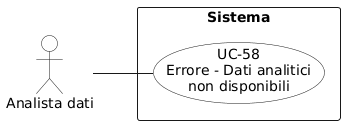
Before: RTB/Analisi dei Requisiti/diagrammi_use_case/UC-58.png, a diagram exported from PlantUML (aLittleByte-19/Documentazione).
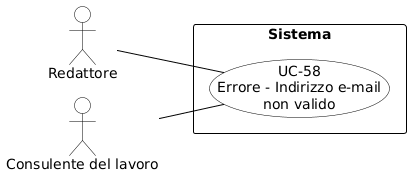
Later version of the same file.

Change to the diagram source:
```diff
@@ -1,14 +1,31 @@
 @startuml
+skinparam shadowing false
+skinparam defaultFontName Arial
 left to right direction
-skinparam packageStyle rectangle
-skinparam usecaseBackgroundColor White
-skinparam actorBackgroundColor White
+skinparam nodesep 15
+skinparam ranksep 50
 
-actor "Analista dati" as analista
+skinparam usecase {
+    BackgroundColor white
+    BorderColor black
+    ArrowColor black
+}
+skinparam actor {
+    BackgroundColor white
+    BorderColor black
+}
+skinparam rectangle {
+    BorderColor black
+    FontStyle bold
+}
+
+actor "Redattore" as redattore
+actor "Consulente del lavoro" as cdl
 
 rectangle "Sistema" {
-  usecase "UC-58\nErrore - Dati analitici\nnon disponibili" as uc58
+    usecase "UC-58\nErrore - Indirizzo e-mail\nnon valido" as UC58
 }
 
-analista -- uc58
+redattore -- UC58
+cdl -- UC58
 @enduml
```
